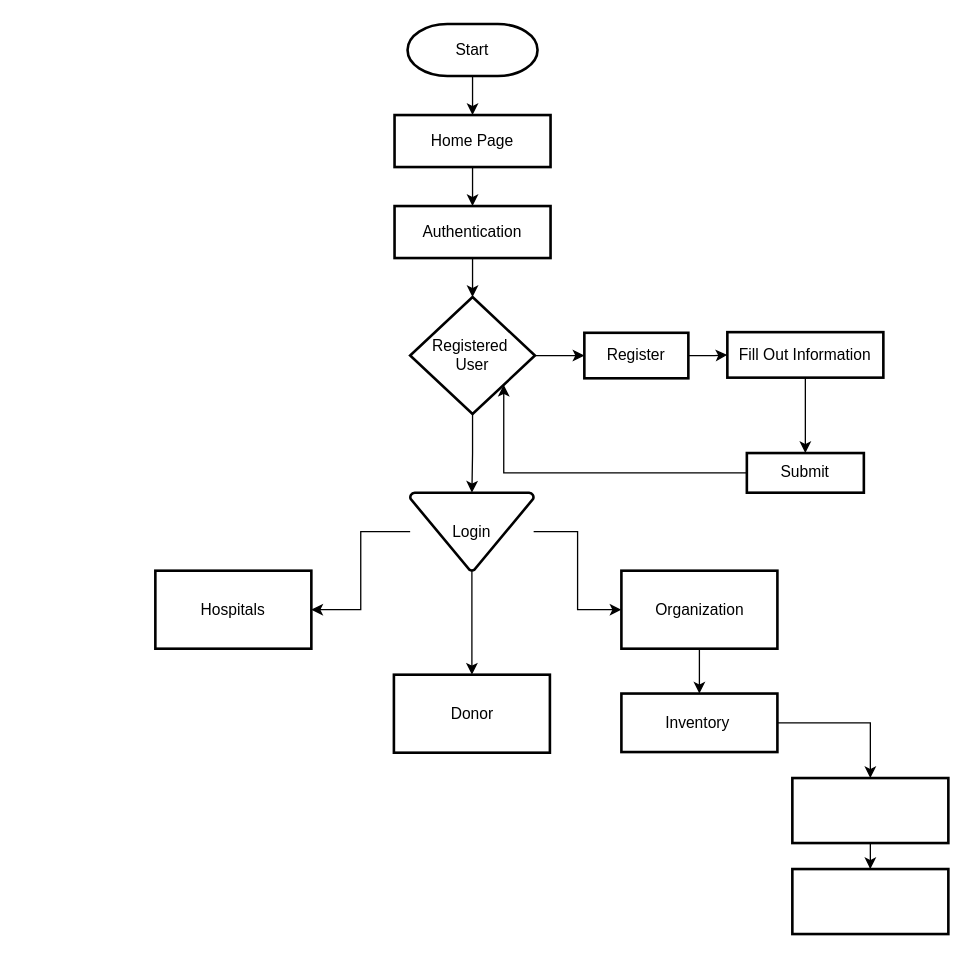
Before: ai-trip-planner/.drawio in MADEYE42/Ai-trip-planner, a draw.io diagram. Source tidied: cells renumbered, new cells numbered last; positions are measured from the earlier drawing's top-left corner, leaving out a move shared by most shapes. Both pictures are drawn from the tidied source at 130%, with x=0, y=0 at pixel (155, 23).
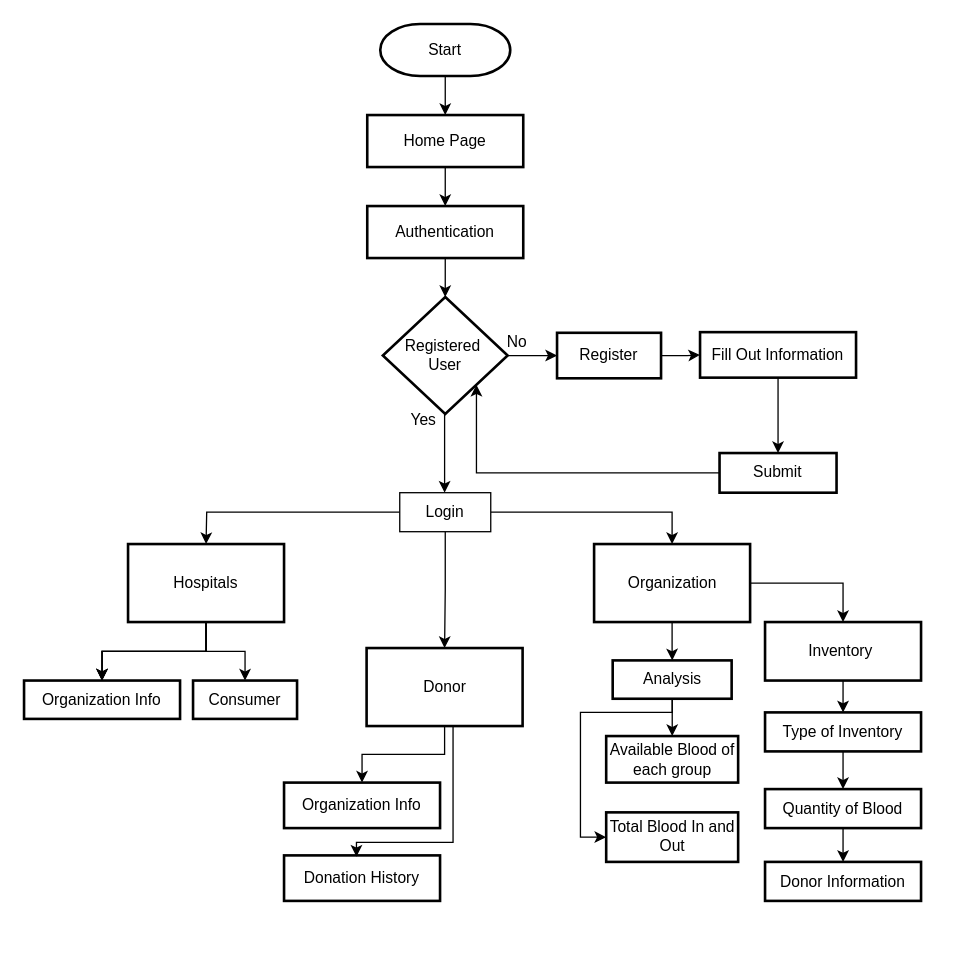
Above is the later version.

What changed in the source:
```diff
@@
     <mxCell id="3" value="Start" style="strokeWidth=2;html=1;shape=mxgraph.flowchart.terminator;whiteSpace=wrap;" parent="1" vertex="1">
-      <mxGeometry x="194" width="100" height="40" as="geometry" />
+      <mxGeometry x="173" width="100" height="40" as="geometry" />
     </mxCell>
@@
     <mxCell id="5" value="Home Page" style="whiteSpace=wrap;html=1;strokeWidth=2;" parent="1" vertex="1">
-      <mxGeometry x="184" y="70" width="120" height="40" as="geometry" />
+      <mxGeometry x="163" y="70" width="120" height="40" as="geometry" />
     </mxCell>
@@
     <mxCell id="7" value="Authentication" style="whiteSpace=wrap;html=1;strokeWidth=2;" parent="1" vertex="1">
-      <mxGeometry x="184" y="140" width="120" height="40" as="geometry" />
+      <mxGeometry x="163" y="140" width="120" height="40" as="geometry" />
     </mxCell>
@@
-    <mxCell id="9" style="edgeStyle=orthogonalEdgeStyle;rounded=0;jettySize=auto;html=1;" parent="1" edge="1" source="10" target="20">
-      <mxGeometry relative="1" as="geometry" />
+    <mxCell id="9" style="edgeStyle=orthogonalEdgeStyle;rounded=0;jettySize=auto;html=1;" parent="1" edge="1" source="10">
+      <mxGeometry relative="1" as="geometry">
+        <mxPoint x="222.5" y="360.5" as="targetPoint" />
+      </mxGeometry>
     </mxCell>
     <mxCell id="10" value="Registered&amp;nbsp;&lt;div&gt;User&lt;/div&gt;" style="rhombus;whiteSpace=wrap;html=1;strokeWidth=2;" parent="1" vertex="1">
-      <mxGeometry x="196" y="210" width="96" height="90" as="geometry" />
+      <mxGeometry x="175" y="210" width="96" height="90" as="geometry" />
     </mxCell>
@@
     <mxCell id="12" value="Register" style="whiteSpace=wrap;html=1;strokeWidth=2;" parent="1" vertex="1">
-      <mxGeometry x="330" y="237.5" width="80" height="35" as="geometry" />
+      <mxGeometry x="309" y="237.5" width="80" height="35" as="geometry" />
     </mxCell>
@@
     <mxCell id="14" value="Fill Out Information" style="whiteSpace=wrap;html=1;strokeWidth=2;" parent="1" vertex="1">
-      <mxGeometry x="440" y="237" width="120" height="35" as="geometry" />
+      <mxGeometry x="419" y="237" width="120" height="35" as="geometry" />
     </mxCell>
@@
     <mxCell id="16" value="Submit" style="whiteSpace=wrap;html=1;strokeWidth=2;" parent="1" vertex="1">
-      <mxGeometry x="455" y="330" width="90" height="30.5" as="geometry" />
+      <mxGeometry x="434" y="330" width="90" height="30.5" as="geometry" />
     </mxCell>
-    <mxCell id="17" style="edgeStyle=orthogonalEdgeStyle;rounded=0;jettySize=auto;html=1;" parent="1" edge="1" source="20" target="21">
-      <mxGeometry relative="1" as="geometry" />
-    </mxCell>
-    <mxCell id="18" style="edgeStyle=orthogonalEdgeStyle;rounded=0;jettySize=auto;html=1;" parent="1" edge="1" source="20" target="23">
-      <mxGeometry relative="1" as="geometry" />
-    </mxCell>
-    <mxCell id="19" style="edgeStyle=orthogonalEdgeStyle;rounded=0;jettySize=auto;html=1;" parent="1" edge="1" source="20" target="24">
-      <mxGeometry relative="1" as="geometry" />
-    </mxCell>
-    <mxCell id="20" value="Login" style="strokeWidth=2;html=1;shape=mxgraph.flowchart.merge_or_storage;whiteSpace=wrap;" parent="1" vertex="1">
-      <mxGeometry x="196" y="360.5" width="95" height="60" as="geometry" />
-    </mxCell>
+    <mxCell id="30" style="edgeStyle=orthogonalEdgeStyle;rounded=0;jettySize=auto;html=1;" parent="1" edge="1" source="21" target="38">
+      <mxGeometry relative="1" as="geometry" />
+    </mxCell>
     <mxCell id="21" value="Donor" style="whiteSpace=wrap;html=1;strokeWidth=2;" parent="1" vertex="1">
-      <mxGeometry x="183.5" y="500.5" width="120" height="60" as="geometry" />
+      <mxGeometry x="162.5" y="480" width="120" height="60" as="geometry" />
     </mxCell>
-    <mxCell id="22" style="edgeStyle=orthogonalEdgeStyle;rounded=0;jettySize=auto;html=1;" parent="1" edge="1" source="23" target="26">
+    <mxCell id="22" style="edgeStyle=orthogonalEdgeStyle;rounded=0;jettySize=auto;html=1;entryX=0.5;entryY=0;entryDx=0;entryDy=0;" parent="1" edge="1" source="23" target="26">
       <mxGeometry relative="1" as="geometry" />
     </mxCell>
+    <mxCell id="31" style="edgeStyle=orthogonalEdgeStyle;rounded=0;jettySize=auto;html=1;" parent="1" edge="1" source="23" target="45">
+      <mxGeometry relative="1" as="geometry" />
+    </mxCell>
     <mxCell id="23" value="Organization" style="whiteSpace=wrap;html=1;strokeWidth=2;" parent="1" vertex="1">
-      <mxGeometry x="358.5" y="420.5" width="120" height="60" as="geometry" />
+      <mxGeometry x="337.5" y="400" width="120" height="60" as="geometry" />
     </mxCell>
+    <mxCell id="32" style="edgeStyle=orthogonalEdgeStyle;rounded=0;jettySize=auto;html=1;" parent="1" edge="1" source="24" target="41">
+      <mxGeometry relative="1" as="geometry" />
+    </mxCell>
+    <mxCell id="33" style="edgeStyle=orthogonalEdgeStyle;rounded=0;jettySize=auto;html=1;" parent="1" edge="1" source="24" target="41">
+      <mxGeometry relative="1" as="geometry" />
+    </mxCell>
+    <mxCell id="34" style="edgeStyle=orthogonalEdgeStyle;rounded=0;jettySize=auto;html=1;" parent="1" edge="1" source="24" target="41">
+      <mxGeometry relative="1" as="geometry" />
+    </mxCell>
+    <mxCell id="35" style="edgeStyle=orthogonalEdgeStyle;rounded=0;jettySize=auto;html=1;entryX=0.5;entryY=0;entryDx=0;entryDy=0;" parent="1" edge="1" source="24" target="42">
+      <mxGeometry relative="1" as="geometry" />
+    </mxCell>
     <mxCell id="24" value="Hospitals" style="whiteSpace=wrap;html=1;strokeWidth=2;" parent="1" vertex="1">
-      <mxGeometry y="420.5" width="120" height="60" as="geometry" />
+      <mxGeometry x="-21" y="400" width="120" height="60" as="geometry" />
     </mxCell>
@@
     <mxCell id="26" value="Inventory&amp;nbsp;" style="whiteSpace=wrap;html=1;strokeWidth=2;" parent="1" vertex="1">
-      <mxGeometry x="358.5" y="515" width="120" height="45" as="geometry" />
+      <mxGeometry x="469" y="460" width="120" height="45" as="geometry" />
     </mxCell>
@@
-    <mxCell id="28" style="whiteSpace=wrap;html=1;strokeWidth=2;" parent="1" vertex="1">
-      <mxGeometry x="490" y="580" width="120" height="50" as="geometry" />
+    <mxCell id="28" value="Type of Inventory" style="whiteSpace=wrap;html=1;strokeWidth=2;" parent="1" vertex="1">
+      <mxGeometry x="469" y="529.5" width="120" height="30" as="geometry" />
     </mxCell>
+    <mxCell id="36" style="edgeStyle=orthogonalEdgeStyle;rounded=0;jettySize=auto;html=1;" parent="1" edge="1" source="29" target="37">
+      <mxGeometry relative="1" as="geometry" />
+    </mxCell>
-    <mxCell id="29" style="whiteSpace=wrap;html=1;strokeWidth=2;" parent="1" vertex="1">
-      <mxGeometry x="490" y="650" width="120" height="50" as="geometry" />
+    <mxCell id="29" value="Quantity of Blood" style="whiteSpace=wrap;html=1;strokeWidth=2;" parent="1" vertex="1">
+      <mxGeometry x="469" y="588.5" width="120" height="30" as="geometry" />
     </mxCell>
+    <mxCell id="37" value="Donor Information" style="whiteSpace=wrap;html=1;strokeWidth=2;" parent="1" vertex="1">
+      <mxGeometry x="469" y="644.5" width="120" height="30" as="geometry" />
+    </mxCell>
+    <mxCell id="38" value="Organization Info" style="whiteSpace=wrap;html=1;strokeWidth=2;" parent="1" vertex="1">
+      <mxGeometry x="99" y="583.5" width="120" height="35" as="geometry" />
+    </mxCell>
+    <mxCell id="39" value="Donation History" style="whiteSpace=wrap;html=1;strokeWidth=2;" parent="1" vertex="1">
+      <mxGeometry x="99" y="639.5" width="120" height="35" as="geometry" />
+    </mxCell>
+    <mxCell id="40" style="edgeStyle=orthogonalEdgeStyle;rounded=0;jettySize=auto;html=1;entryX=0.464;entryY=0.028;entryDx=0;entryDy=0;entryPerimeter=0;" parent="1" edge="1" source="21" target="39">
+      <mxGeometry relative="1" as="geometry">
+        <Array as="points">
+          <mxPoint x="229" y="629.5" />
+          <mxPoint x="155" y="629.5" />
+        </Array>
+      </mxGeometry>
+    </mxCell>
+    <mxCell id="41" value="Organization Info" style="whiteSpace=wrap;html=1;strokeWidth=2;" parent="1" vertex="1">
+      <mxGeometry x="-101" y="505" width="120" height="29.5" as="geometry" />
+    </mxCell>
+    <mxCell id="42" value="Consumer" style="whiteSpace=wrap;html=1;strokeWidth=2;" parent="1" vertex="1">
+      <mxGeometry x="29" y="505" width="80" height="29.5" as="geometry" />
+    </mxCell>
+    <mxCell id="43" style="edgeStyle=orthogonalEdgeStyle;rounded=0;jettySize=auto;html=1;" parent="1" edge="1" source="45" target="46">
+      <mxGeometry relative="1" as="geometry" />
+    </mxCell>
+    <mxCell id="44" style="edgeStyle=orthogonalEdgeStyle;rounded=0;jettySize=auto;html=1;entryX=0;entryY=0.5;entryDx=0;entryDy=0;" parent="1" edge="1" source="45" target="47">
+      <mxGeometry relative="1" as="geometry">
+        <Array as="points">
+          <mxPoint x="398" y="529.5" />
+          <mxPoint x="327" y="529.5" />
+          <mxPoint x="327" y="625.5" />
+        </Array>
+      </mxGeometry>
+    </mxCell>
+    <mxCell id="45" value="Analysis" style="whiteSpace=wrap;html=1;strokeWidth=2;" parent="1" vertex="1">
+      <mxGeometry x="351.8" y="489.5" width="91.5" height="29.5" as="geometry" />
+    </mxCell>
+    <mxCell id="46" value="Available Blood of each group" style="whiteSpace=wrap;html=1;strokeWidth=2;" parent="1" vertex="1">
+      <mxGeometry x="346.8" y="547.7" width="101.5" height="35.8" as="geometry" />
+    </mxCell>
+    <mxCell id="47" value="Total Blood In and Out" style="whiteSpace=wrap;html=1;strokeWidth=2;" parent="1" vertex="1">
+      <mxGeometry x="346.8" y="606.4" width="101.5" height="38.1" as="geometry" />
+    </mxCell>
+    <mxCell id="48" style="edgeStyle=orthogonalEdgeStyle;rounded=0;jettySize=auto;html=1;" parent="1" edge="1" source="20">
+      <mxGeometry relative="1" as="geometry">
+        <mxPoint x="39" y="400" as="targetPoint" />
+      </mxGeometry>
+    </mxCell>
+    <mxCell id="18" style="edgeStyle=orthogonalEdgeStyle;rounded=0;jettySize=auto;html=1;entryX=0.5;entryY=0;entryDx=0;entryDy=0;" parent="1" edge="1" source="20" target="23">
+      <mxGeometry relative="1" as="geometry" />
+    </mxCell>
+    <mxCell id="17" style="edgeStyle=orthogonalEdgeStyle;rounded=0;jettySize=auto;html=1;entryX=0.5;entryY=0;entryDx=0;entryDy=0;" parent="1" edge="1" source="20" target="21">
+      <mxGeometry relative="1" as="geometry" />
+    </mxCell>
+    <mxCell id="20" value="Login" style="rounded=0;whiteSpace=wrap;html=1;" parent="1" vertex="1">
+      <mxGeometry x="188" y="360.5" width="70" height="30" as="geometry" />
+    </mxCell>
+    <mxCell id="49" value="Yes" style="text;html=1;align=center;verticalAlign=middle;strokeColor=none;fillColor=none;" parent="1" vertex="1">
+      <mxGeometry x="186" y="290" width="40" height="30" as="geometry" />
+    </mxCell>
+    <mxCell id="50" value="No" style="text;html=1;align=center;verticalAlign=middle;strokeColor=none;fillColor=none;" parent="1" vertex="1">
+      <mxGeometry x="258" y="230" width="40" height="30" as="geometry" />
+    </mxCell>
```
